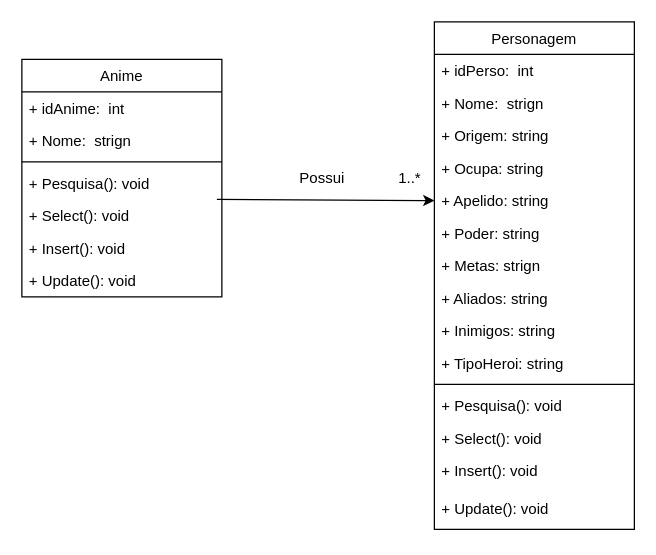
Above: Diagrama sem nome.drawio in FelipeOropeza/APIKitsu (draw.io), before the change. Source tidied: cells renumbered, new cells numbered last; positions are measured from the earlier drawing's top-left corner, leaving out a move shared by most shapes. Both pictures are drawn from the tidied source at 125%, with x=0, y=0 at pixel (21, 21).
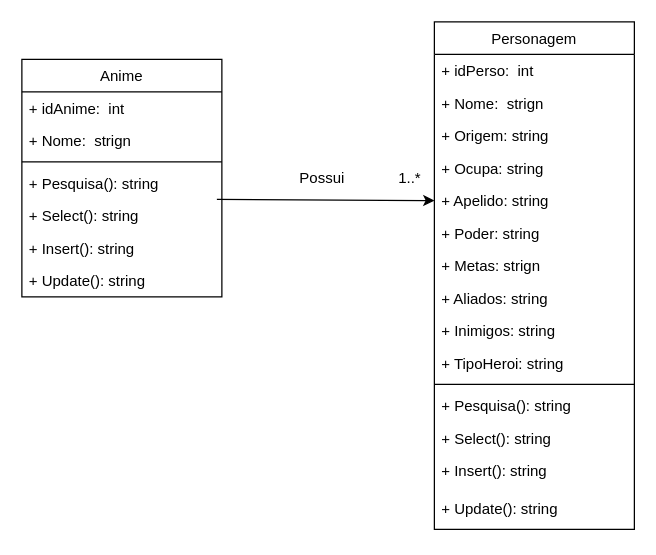
The same diagram, later.

The change refers to these unchanged cells:
```xml
<mxCell id="2" value="Personagem" style="swimlane;fontStyle=0;align=center;verticalAlign=top;horizontal=1;startSize=26;rounded=0;shadow=0;strokeWidth=1;" parent="1" vertex="1">
  <mxGeometry x="330" width="160" height="406" as="geometry" />
</mxCell>
<mxCell id="18" value="Anime" style="swimlane;fontStyle=0;align=center;verticalAlign=top;horizontal=1;startSize=26;rounded=0;shadow=0;strokeWidth=1;" parent="1" vertex="1">
  <mxGeometry y="30" width="160" height="190" as="geometry" />
</mxCell>
```

Change to the diagram source:
```diff
@@
-    <mxCell id="14" value="+ Pesquisa(): void" style="text;align=left;verticalAlign=top;spacingLeft=4;spacingRight=4;overflow=hidden;" parent="2" vertex="1">
+    <mxCell id="14" value="+ Pesquisa(): string" style="text;align=left;verticalAlign=top;spacingLeft=4;spacingRight=4;overflow=hidden;" parent="2" vertex="1">
       <mxGeometry y="294" width="160" height="26" as="geometry" />
     </mxCell>
-    <mxCell id="15" value="+ Select(): void" style="text;align=left;verticalAlign=top;spacingLeft=4;spacingRight=4;overflow=hidden;" parent="2" vertex="1">
+    <mxCell id="15" value="+ Select(): string" style="text;align=left;verticalAlign=top;spacingLeft=4;spacingRight=4;overflow=hidden;" parent="2" vertex="1">
       <mxGeometry y="320" width="160" height="26" as="geometry" />
     </mxCell>
-    <mxCell id="16" value="+ Insert(): void" style="text;align=left;verticalAlign=top;spacingLeft=4;spacingRight=4;overflow=hidden;" parent="2" vertex="1">
+    <mxCell id="16" value="+ Insert(): string" style="text;align=left;verticalAlign=top;spacingLeft=4;spacingRight=4;overflow=hidden;" parent="2" vertex="1">
       <mxGeometry y="346" width="160" height="30" as="geometry" />
     </mxCell>
-    <mxCell id="17" value="+ Update(): void" style="text;align=left;verticalAlign=top;spacingLeft=4;spacingRight=4;overflow=hidden;" parent="2" vertex="1">
+    <mxCell id="17" value="+ Update(): string" style="text;align=left;verticalAlign=top;spacingLeft=4;spacingRight=4;overflow=hidden;" parent="2" vertex="1">
       <mxGeometry y="376" width="160" height="30" as="geometry" />
     </mxCell>
@@
-    <mxCell id="22" value="+ Pesquisa(): void" style="text;align=left;verticalAlign=top;spacingLeft=4;spacingRight=4;overflow=hidden;points=[[0,0.5],[1,0.5]];portConstraint=eastwest;" parent="18" vertex="1">
+    <mxCell id="22" value="+ Pesquisa(): string" style="text;align=left;verticalAlign=top;spacingLeft=4;spacingRight=4;overflow=hidden;points=[[0,0.5],[1,0.5]];portConstraint=eastwest;" parent="18" vertex="1">
       <mxGeometry y="86" width="160" height="26" as="geometry" />
     </mxCell>
-    <mxCell id="23" value="+ Select(): void" style="text;align=left;verticalAlign=top;spacingLeft=4;spacingRight=4;overflow=hidden;" parent="18" vertex="1">
+    <mxCell id="23" value="+ Select(): string" style="text;align=left;verticalAlign=top;spacingLeft=4;spacingRight=4;overflow=hidden;" parent="18" vertex="1">
       <mxGeometry y="112" width="160" height="26" as="geometry" />
     </mxCell>
-    <mxCell id="24" value="+ Insert(): void" style="text;align=left;verticalAlign=top;spacingLeft=4;spacingRight=4;overflow=hidden;" parent="18" vertex="1">
+    <mxCell id="24" value="+ Insert(): string" style="text;align=left;verticalAlign=top;spacingLeft=4;spacingRight=4;overflow=hidden;" parent="18" vertex="1">
       <mxGeometry y="138" width="160" height="26" as="geometry" />
     </mxCell>
-    <mxCell id="25" value="+ Update(): void" style="text;align=left;verticalAlign=top;spacingLeft=4;spacingRight=4;overflow=hidden;" parent="18" vertex="1">
+    <mxCell id="25" value="+ Update(): string" style="text;align=left;verticalAlign=top;spacingLeft=4;spacingRight=4;overflow=hidden;" parent="18" vertex="1">
       <mxGeometry y="164" width="160" height="26" as="geometry" />
     </mxCell>
```
